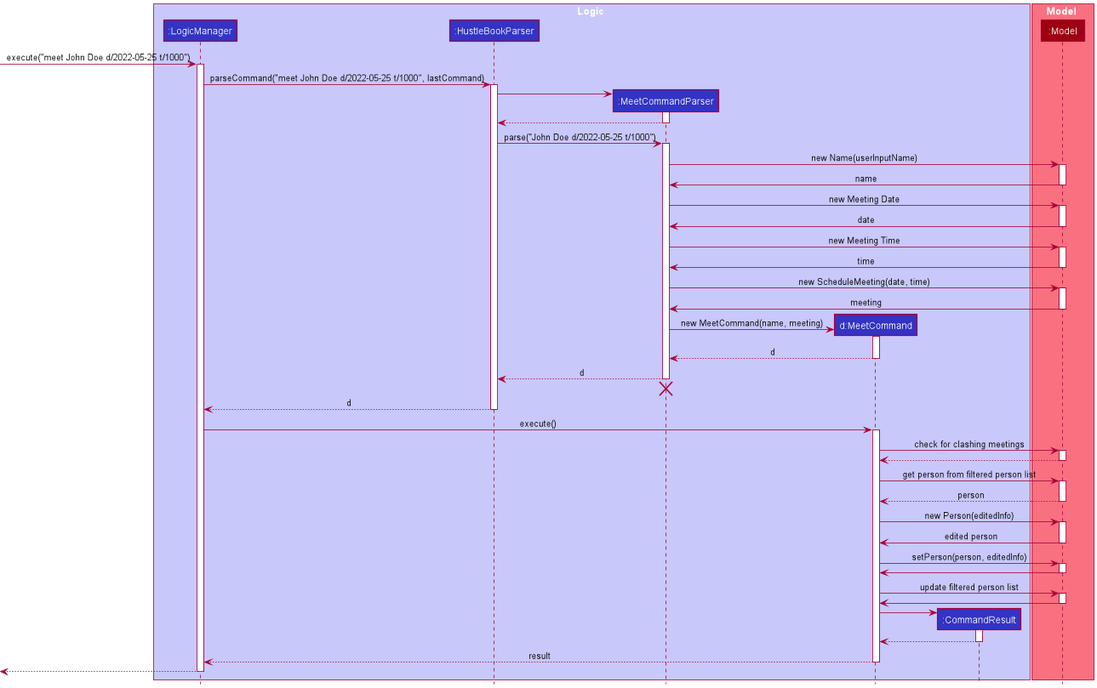
The PlantUML diagram docs/images/ScheduleMeetingLogicSequenceDiagram.png in nus-cs2103-AY2122S2/tp, before a commit.
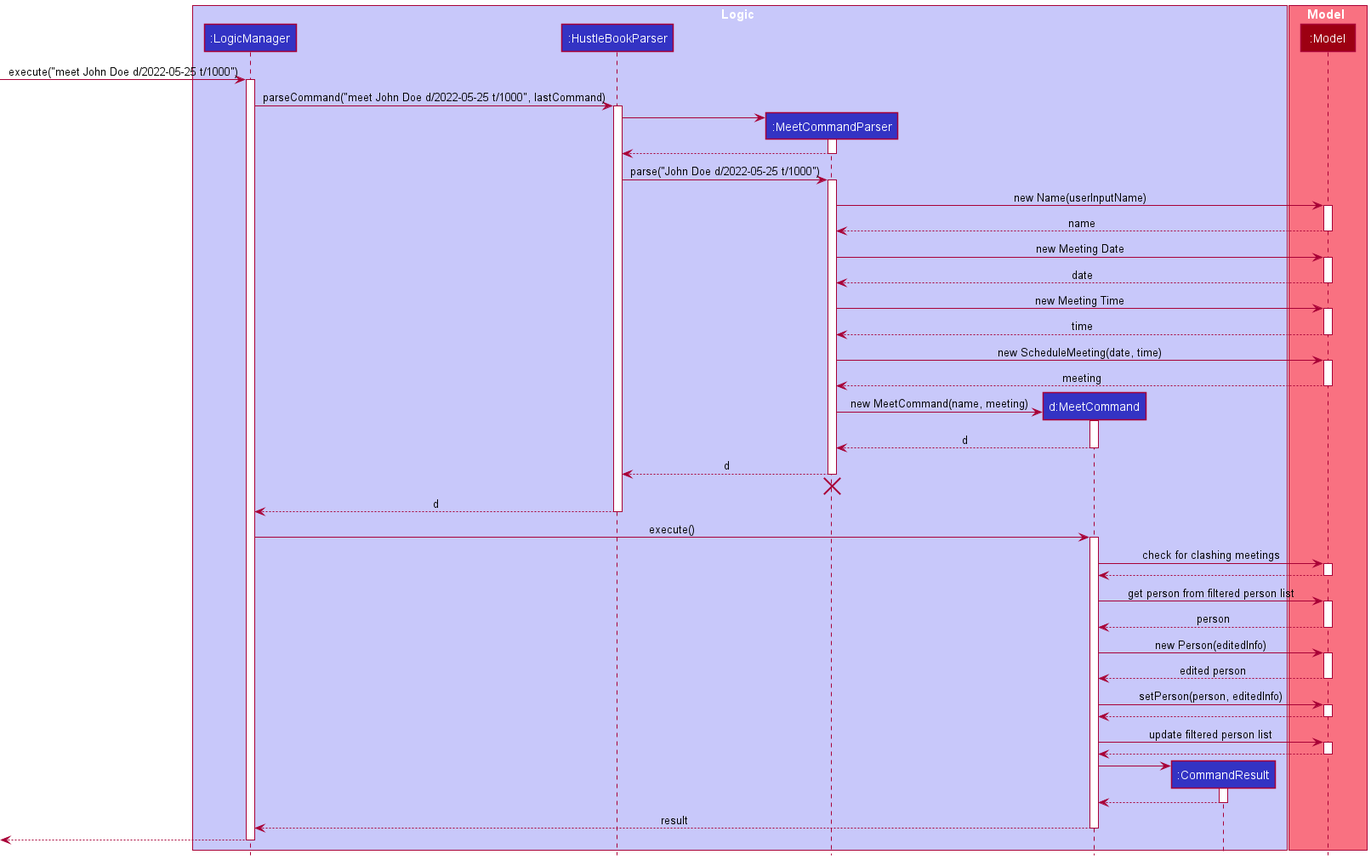
The same file after the commit.

What changed in the source:
```diff
@@ -32,25 +32,25 @@
 MeetCommandParser -> Model : new Name(userInputName)
 activate Model
 
-Model -> MeetCommandParser : name
+Model --> MeetCommandParser : name
 deactivate Model
 
 MeetCommandParser -> Model : new Meeting Date
 activate Model
 
-Model -> MeetCommandParser : date
+Model --> MeetCommandParser : date
 deactivate Model
 
 MeetCommandParser -> Model : new Meeting Time
 activate Model
 
-Model -> MeetCommandParser : time
+Model --> MeetCommandParser : time
 deactivate Model
 
 MeetCommandParser -> Model : new ScheduleMeeting(date, time)
 activate Model
 
-Model -> MeetCommandParser : meeting
+Model --> MeetCommandParser : meeting
 deactivate Model
 
 create MeetCommand
@@ -86,19 +86,19 @@
 MeetCommand -> Model : new Person(editedInfo)
 activate Model
 
-Model -> MeetCommand : edited person
+Model --> MeetCommand : edited person
 deactivate Model
 
 MeetCommand -> Model : setPerson(person, editedInfo)
 activate Model
 
-Model -> MeetCommand
+Model --> MeetCommand
 deactivate Model
 
 MeetCommand -> Model : update filtered person list
 activate Model
 
-Model -> MeetCommand
+Model --> MeetCommand
 deactivate Model
 
 create CommandResult
```
